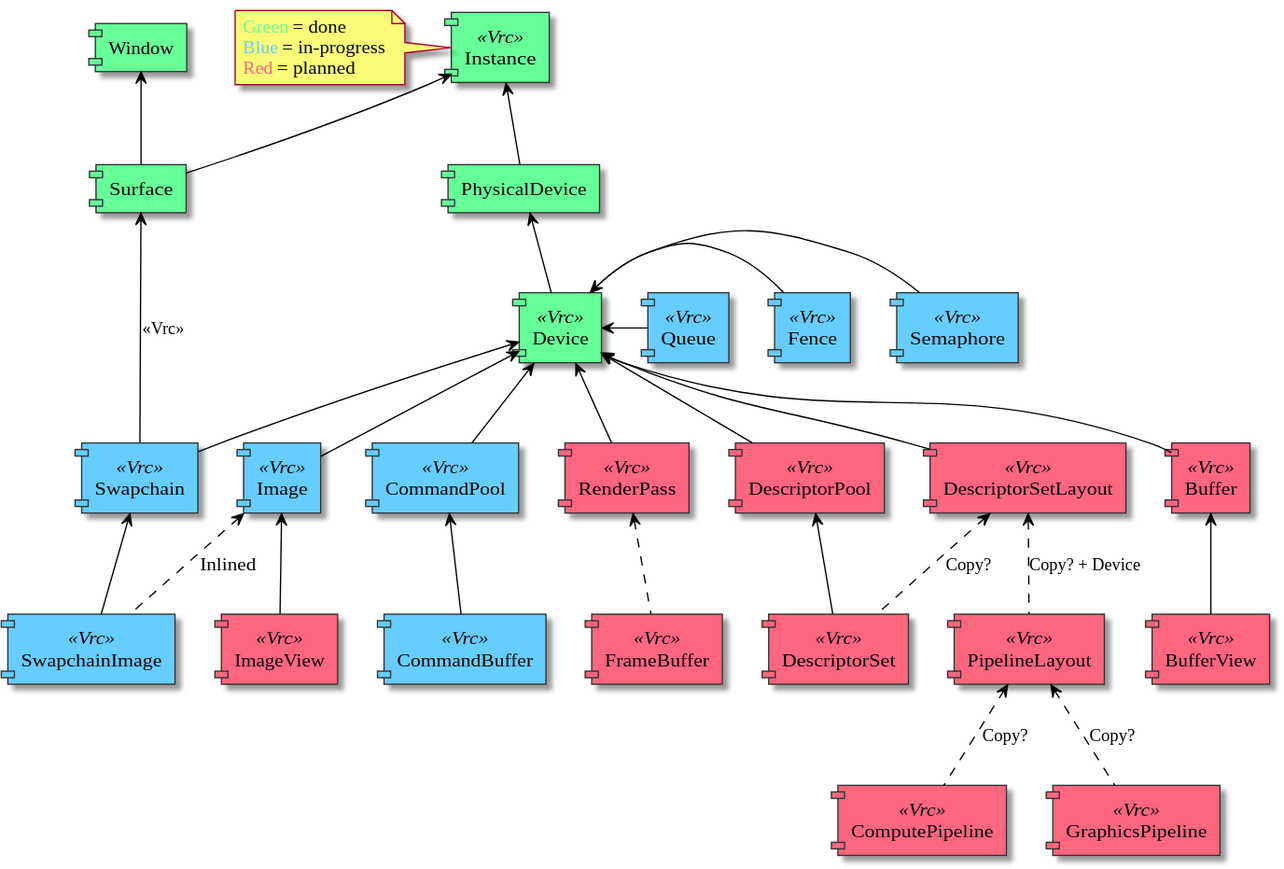
The PlantUML diagram media/object_dependency_graph.svg in vulkayes/vulkayes-thesis, before a commit.
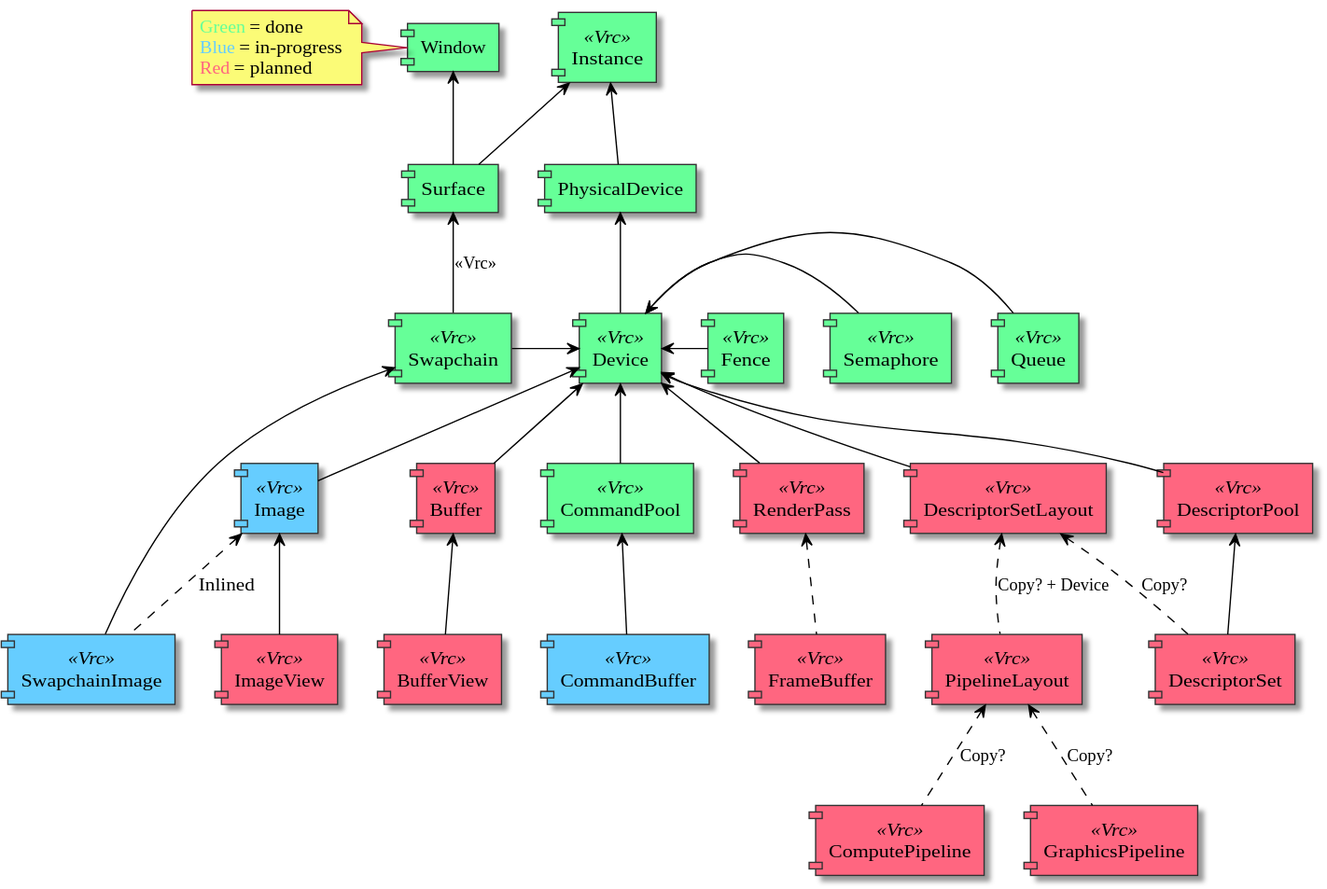
Later version of the same file.

The edit, as a diff of the source:
```diff
@@ -8,7 +8,7 @@
 	ComponentBorderThickness 1
 }
 
-note left of [Instance]
+note left of [Window]
 	<color 66FF98>Green</color> = done
 	<color 66CDFF>Blue</color> = in-progress
 	<color FF6680>Red</color> = planned
@@ -22,8 +22,8 @@
 
 component [Device] <<Vrc>> #66FF98
 
-component [Queue] <<Vrc>> #66CDFF
-component [Swapchain] <<Vrc>> #66CDFF
+component [Queue] <<Vrc>> #66FF98
+component [Swapchain] <<Vrc>> #66FF98
 component [SwapchainImage] <<Vrc>> #66CDFF
 
 component [Image] <<Vrc>> #66CDFF
@@ -32,7 +32,7 @@
 component [ImageView] <<Vrc>> #FF6680
 component [BufferView] <<Vrc>> #FF6680
 
-component [CommandPool] <<Vrc>> #66CDFF
+component [CommandPool] <<Vrc>> #66FF98
 component [CommandBuffer] <<Vrc>> #66CDFF
 
 component [RenderPass] <<Vrc>> #FF6680
@@ -46,8 +46,8 @@
 component [DescriptorPool] <<Vrc>> #FF6680
 component [DescriptorSet] <<Vrc>> #FF6680
 
-component [Semaphore] <<Vrc>> #66CDFF
-component [Fence] <<Vrc>> #66CDFF
+component [Semaphore] <<Vrc>> #66FF98
+component [Fence] <<Vrc>> #66FF98
 
 [Instance] <-- [PhysicalDevice]
 [Instance] <-- [Surface]
@@ -57,7 +57,7 @@
 [Surface] <-- [Swapchain] : <<Vrc>>
 
 [Device] <- [Queue]
-[Device] <-- [Swapchain]
+[Swapchain] -> [Device]
 [Device] <-- [Image]
 [Device] <-- [Buffer]
 [Device] <-- [CommandPool]
```
